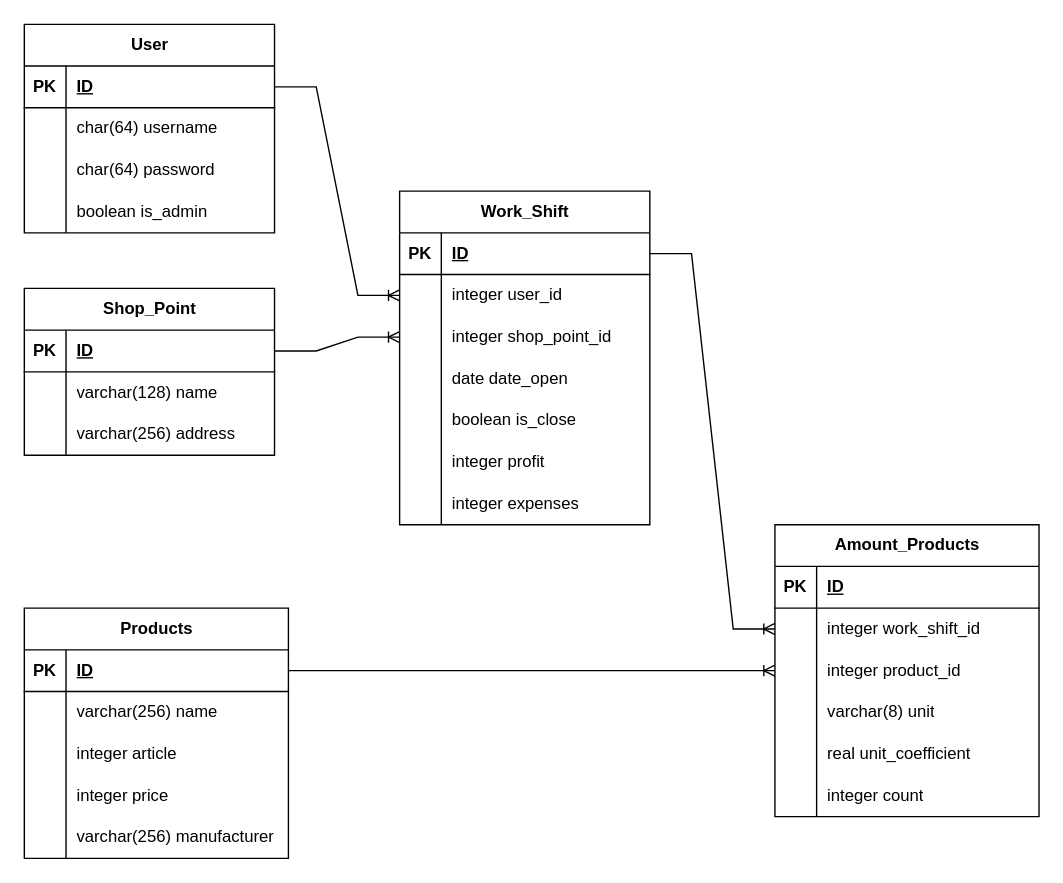
Before: docs/OTUS_DB_HW_1.drawio in OhlupinMaxim/otus-postgres-dba, a draw.io diagram. Source tidied: cells renumbered, new cells numbered last; positions are measured from the earlier drawing's top-left corner, leaving out a move shared by most shapes. Both pictures are drawn from the tidied source at 139%, with x=0, y=0 at pixel (24, 24).
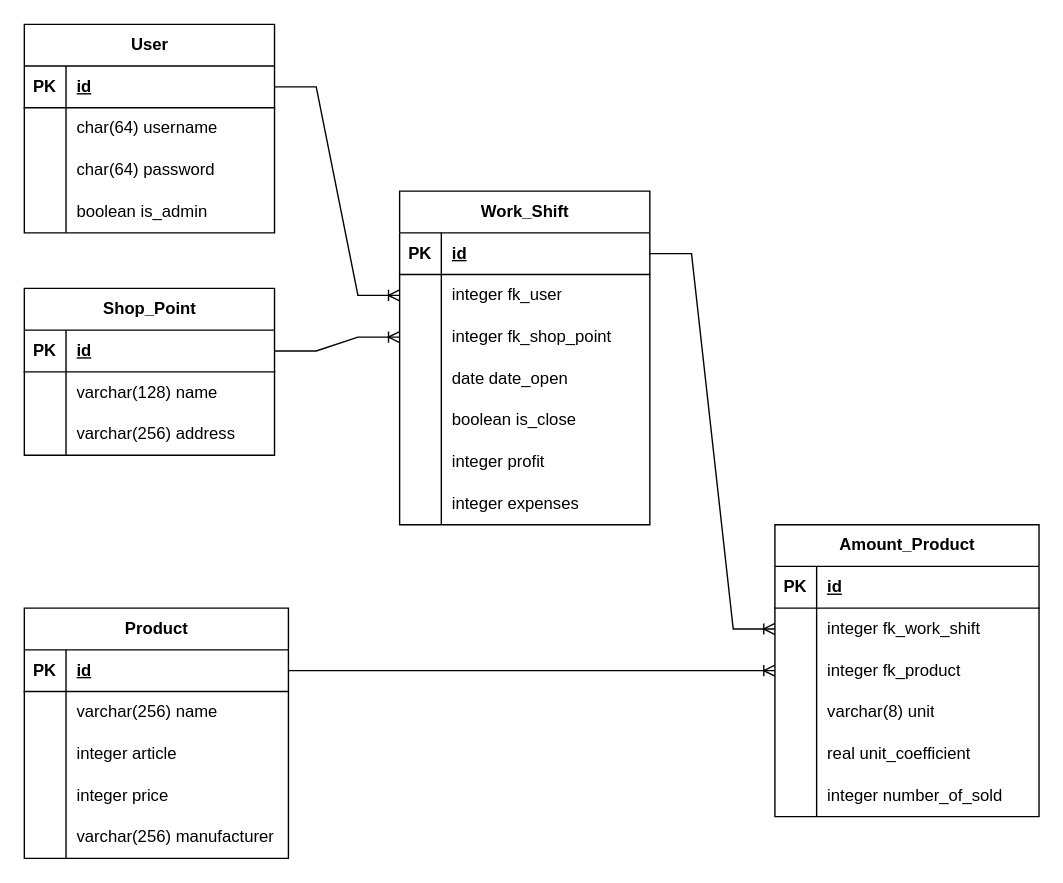
The same page after the edit.

Unchanged cells that the change refers to:
```xml
<mxCell id="3" style="shape=tableRow;horizontal=0;startSize=0;swimlaneHead=0;swimlaneBody=0;fillColor=none;points=[[0,0.5],[1,0.5]];portConstraint=eastwest;top=0;left=0;right=0;bottom=1;" parent="2" vertex="1">
  <mxGeometry y="30" width="180" height="30" as="geometry" />
</mxCell>
<mxCell id="16" style="shape=tableRow;horizontal=0;startSize=0;swimlaneHead=0;swimlaneBody=0;fillColor=none;points=[[0,0.5],[1,0.5]];portConstraint=eastwest;top=0;left=0;right=0;bottom=1;" parent="15" vertex="1">
  <mxGeometry y="30" width="190" height="30" as="geometry" />
</mxCell>
<mxCell id="32" style="shape=tableRow;horizontal=0;startSize=0;swimlaneHead=0;swimlaneBody=0;fillColor=none;points=[[0,0.5],[1,0.5]];portConstraint=eastwest;top=0;left=0;right=0;bottom=1;" parent="31" vertex="1">
  <mxGeometry y="30" width="180" height="30" as="geometry" />
</mxCell>
<mxCell id="42" style="shape=tableRow;horizontal=0;startSize=0;swimlaneHead=0;swimlaneBody=0;fillColor=none;top=0;left=0;right=0;bottom=1;" parent="41" vertex="1">
  <mxGeometry y="30" width="190" height="30" as="geometry" />
</mxCell>
<mxCell id="45" style="shape=tableRow;horizontal=0;startSize=0;swimlaneHead=0;swimlaneBody=0;fillColor=none;points=[[0,0.5],[1,0.5]];portConstraint=eastwest;top=0;left=0;right=0;bottom=0;" parent="41" vertex="1">
  <mxGeometry y="60" width="190" height="30" as="geometry" />
</mxCell>
<mxCell id="48" style="shape=tableRow;horizontal=0;startSize=0;swimlaneHead=0;swimlaneBody=0;fillColor=none;points=[[0,0.5],[1,0.5]];portConstraint=eastwest;top=0;left=0;right=0;bottom=0;" parent="41" vertex="1">
  <mxGeometry y="90" width="190" height="30" as="geometry" />
</mxCell>
<mxCell id="57" style="shape=tableRow;horizontal=0;startSize=0;swimlaneHead=0;swimlaneBody=0;fillColor=none;top=0;left=0;right=0;bottom=0;" parent="41" vertex="1">
  <mxGeometry y="180" width="190" height="30" as="geometry" />
</mxCell>
<mxCell id="61" style="shape=tableRow;horizontal=0;startSize=0;swimlaneHead=0;swimlaneBody=0;fillColor=none;points=[[0,0.5],[1,0.5]];portConstraint=eastwest;top=0;left=0;right=0;bottom=1;" parent="60" vertex="1">
  <mxGeometry y="30" width="180" height="30" as="geometry" />
</mxCell>
<mxCell id="64" style="shape=tableRow;horizontal=0;startSize=0;swimlaneHead=0;swimlaneBody=0;fillColor=none;points=[[0,0.5],[1,0.5]];portConstraint=eastwest;top=0;left=0;right=0;bottom=0;" parent="60" vertex="1">
  <mxGeometry y="60" width="180" height="30" as="geometry" />
</mxCell>
<mxCell id="67" style="shape=tableRow;horizontal=0;startSize=0;swimlaneHead=0;swimlaneBody=0;fillColor=none;points=[[0,0.5],[1,0.5]];portConstraint=eastwest;top=0;left=0;right=0;bottom=0;" parent="60" vertex="1">
  <mxGeometry y="90" width="180" height="30" as="geometry" />
</mxCell>
```

Change to the diagram source:
```diff
@@
-    <mxCell id="5" value="ID" style="shape=partialRectangle;fillColor=none;top=0;left=0;bottom=0;right=0;align=left;spacingLeft=6;fontStyle=5;overflow=hidden;whiteSpace=wrap;html=1;" parent="3" vertex="1">
+    <mxCell id="5" value="id" style="shape=partialRectangle;fillColor=none;top=0;left=0;bottom=0;right=0;align=left;spacingLeft=6;fontStyle=5;overflow=hidden;whiteSpace=wrap;html=1;" parent="3" vertex="1">
       <mxGeometry x="30" width="150" height="30" as="geometry" />
     </mxCell>
@@
-    <mxCell id="15" value="&lt;div&gt;Products&lt;/div&gt;" style="shape=table;startSize=30;childLayout=tableLayout;rowLines=0;fontStyle=1;align=center;html=1;" parent="1" vertex="1">
+    <mxCell id="15" value="&lt;div&gt;Product&lt;/div&gt;" style="shape=table;startSize=30;childLayout=tableLayout;rowLines=0;fontStyle=1;align=center;html=1;" parent="1" vertex="1">
       <mxGeometry y="420" width="190" height="180" as="geometry" />
     </mxCell>
@@
-    <mxCell id="18" value="ID" style="shape=partialRectangle;fillColor=none;top=0;left=0;bottom=0;right=0;align=left;spacingLeft=6;fontStyle=5;overflow=hidden;whiteSpace=wrap;html=1;" parent="16" vertex="1">
+    <mxCell id="18" value="id" style="shape=partialRectangle;fillColor=none;top=0;left=0;bottom=0;right=0;align=left;spacingLeft=6;fontStyle=5;overflow=hidden;whiteSpace=wrap;html=1;" parent="16" vertex="1">
       <mxGeometry x="30" width="160" height="30" as="geometry" />
     </mxCell>
@@
-    <mxCell id="34" value="ID" style="shape=partialRectangle;fillColor=none;top=0;left=0;bottom=0;right=0;align=left;spacingLeft=6;fontStyle=5;overflow=hidden;whiteSpace=wrap;html=1;" parent="32" vertex="1">
+    <mxCell id="34" value="id" style="shape=partialRectangle;fillColor=none;top=0;left=0;bottom=0;right=0;align=left;spacingLeft=6;fontStyle=5;overflow=hidden;whiteSpace=wrap;html=1;" parent="32" vertex="1">
       <mxGeometry x="30" width="150" height="30" as="geometry" />
     </mxCell>
@@
-    <mxCell id="41" value="Amount_Products" style="shape=table;startSize=30;childLayout=tableLayout;rowLines=0;fontStyle=1;align=center;html=1;" parent="1" vertex="1">
+    <mxCell id="41" value="Amount_Product" style="shape=table;startSize=30;childLayout=tableLayout;rowLines=0;fontStyle=1;align=center;html=1;" parent="1" vertex="1">
       <mxGeometry x="540" y="360" width="190" height="210" as="geometry" />
     </mxCell>
@@
-    <mxCell id="44" value="ID" style="shape=partialRectangle;fillColor=none;top=0;left=0;bottom=0;right=0;align=left;spacingLeft=6;fontStyle=5;overflow=hidden;whiteSpace=wrap;html=1;" parent="42" vertex="1">
+    <mxCell id="44" value="id" style="shape=partialRectangle;fillColor=none;top=0;left=0;bottom=0;right=0;align=left;spacingLeft=6;fontStyle=5;overflow=hidden;whiteSpace=wrap;html=1;" parent="42" vertex="1">
       <mxGeometry x="30" width="160" height="30" as="geometry" />
     </mxCell>
@@
-    <mxCell id="47" value="integer work_shift_id" style="shape=partialRectangle;fillColor=none;top=0;left=0;bottom=0;right=0;align=left;spacingLeft=6;overflow=hidden;whiteSpace=wrap;html=1;" parent="45" vertex="1">
+    <mxCell id="47" value="integer fk_work_shift" style="shape=partialRectangle;fillColor=none;top=0;left=0;bottom=0;right=0;align=left;spacingLeft=6;overflow=hidden;whiteSpace=wrap;html=1;" parent="45" vertex="1">
       <mxGeometry x="30" width="160" height="30" as="geometry" />
     </mxCell>
@@
-    <mxCell id="50" value="integer product_id" style="shape=partialRectangle;fillColor=none;top=0;left=0;bottom=0;right=0;align=left;spacingLeft=6;overflow=hidden;whiteSpace=wrap;html=1;" parent="48" vertex="1">
+    <mxCell id="50" value="integer fk_product" style="shape=partialRectangle;fillColor=none;top=0;left=0;bottom=0;right=0;align=left;spacingLeft=6;overflow=hidden;whiteSpace=wrap;html=1;" parent="48" vertex="1">
       <mxGeometry x="30" width="160" height="30" as="geometry" />
     </mxCell>
@@
-    <mxCell id="59" value="integer count" style="shape=partialRectangle;fillColor=none;top=0;left=0;bottom=0;right=0;align=left;spacingLeft=6;overflow=hidden;whiteSpace=wrap;html=1;" parent="57" vertex="1">
+    <mxCell id="59" value="integer number_of_sold" style="shape=partialRectangle;fillColor=none;top=0;left=0;bottom=0;right=0;align=left;spacingLeft=6;overflow=hidden;whiteSpace=wrap;html=1;" parent="57" vertex="1">
       <mxGeometry x="30" width="160" height="30" as="geometry" />
     </mxCell>
@@
-    <mxCell id="63" value="ID" style="shape=partialRectangle;fillColor=none;top=0;left=0;bottom=0;right=0;align=left;spacingLeft=6;fontStyle=5;overflow=hidden;whiteSpace=wrap;html=1;" parent="61" vertex="1">
+    <mxCell id="63" value="id" style="shape=partialRectangle;fillColor=none;top=0;left=0;bottom=0;right=0;align=left;spacingLeft=6;fontStyle=5;overflow=hidden;whiteSpace=wrap;html=1;" parent="61" vertex="1">
       <mxGeometry x="30" width="150" height="30" as="geometry" />
     </mxCell>
@@
-    <mxCell id="66" value="integer user_id" style="shape=partialRectangle;fillColor=none;top=0;left=0;bottom=0;right=0;align=left;spacingLeft=6;overflow=hidden;whiteSpace=wrap;html=1;" parent="64" vertex="1">
+    <mxCell id="66" value="integer fk_user" style="shape=partialRectangle;fillColor=none;top=0;left=0;bottom=0;right=0;align=left;spacingLeft=6;overflow=hidden;whiteSpace=wrap;html=1;" parent="64" vertex="1">
       <mxGeometry x="30" width="150" height="30" as="geometry" />
     </mxCell>
@@
-    <mxCell id="69" value="integer shop_point_id" style="shape=partialRectangle;fillColor=none;top=0;left=0;bottom=0;right=0;align=left;spacingLeft=6;overflow=hidden;whiteSpace=wrap;html=1;" parent="67" vertex="1">
+    <mxCell id="69" value="integer fk_shop_point" style="shape=partialRectangle;fillColor=none;top=0;left=0;bottom=0;right=0;align=left;spacingLeft=6;overflow=hidden;whiteSpace=wrap;html=1;" parent="67" vertex="1">
       <mxGeometry x="30" width="150" height="30" as="geometry" />
     </mxCell>
```
